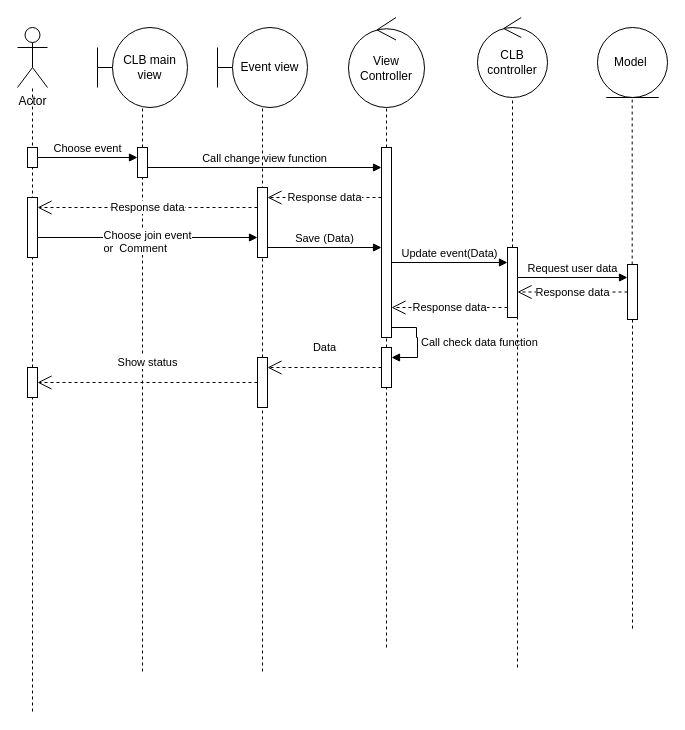
This is page "Join/Comment/Attendance Event" (10 of 12) of diagram.drawio from ZanhhTrann/finall_project-, a draw.io file, before an edit. Source tidied: cells renumbered, new cells numbered last; positions are measured from the earlier drawing's top-left corner, leaving out a move shared by most shapes. Both pictures are drawn from the tidied source at 100%, with x=0, y=0 at pixel (17, 17).
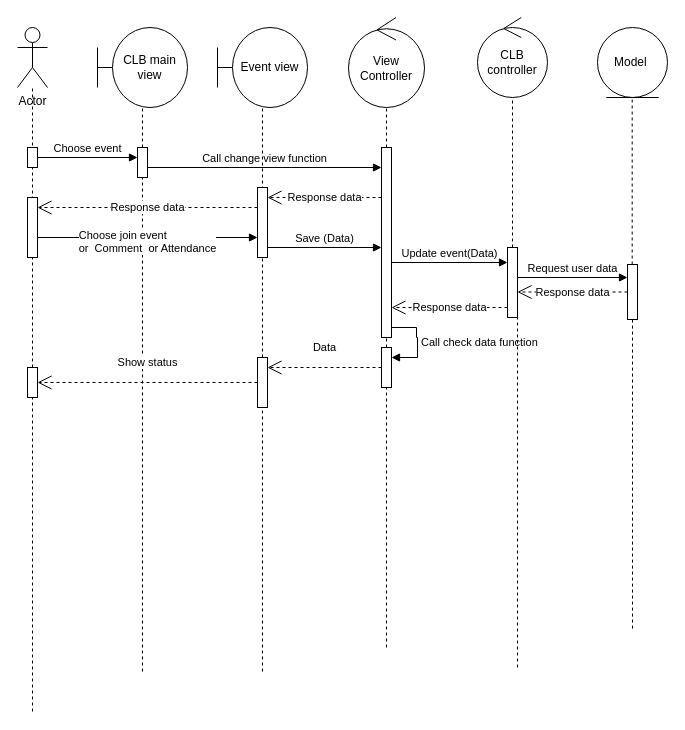
Above is the later version.

Change to the diagram source:
```diff
@@
-    <mxCell id="37" value="&lt;div style=&quot;text-align: left;&quot;&gt;Choose join event&lt;/div&gt;&lt;div style=&quot;text-align: left;&quot;&gt;or&amp;nbsp; Comment&amp;nbsp;&lt;/div&gt;" style="html=1;verticalAlign=bottom;endArrow=block;curved=0;rounded=0;" parent="1" edge="1">
+    <mxCell id="37" value="&lt;div style=&quot;text-align: left;&quot;&gt;Choose join event&lt;/div&gt;&lt;div style=&quot;text-align: left;&quot;&gt;or&amp;nbsp; Comment&amp;nbsp; or Attendance&lt;/div&gt;" style="html=1;verticalAlign=bottom;endArrow=block;curved=0;rounded=0;" parent="1" edge="1">
       <mxGeometry y="-20" relative="1" as="geometry">
         <mxPoint x="20" y="220" as="sourcePoint" />
         <mxPoint x="240" y="220" as="targetPoint" />
       </mxGeometry>
     </mxCell>
```
